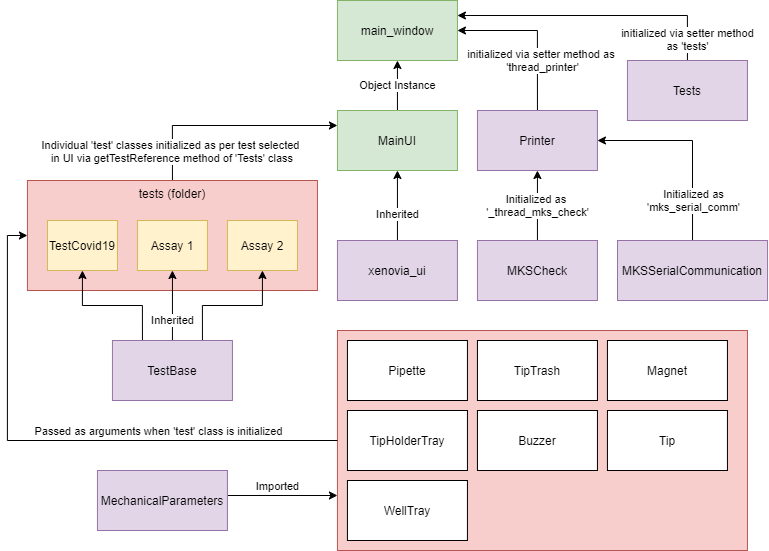
Earlier version of the draw.io export Doccumentation & Resources/Code Functional Block Diagram.png (FracktalWorks/Xenovia-RNA-Extraction-PCR-Machine). Source tidied: cells renumbered, new cells last; positions are measured from the earlier drawing's top-left corner, leaving out a move shared by most shapes.
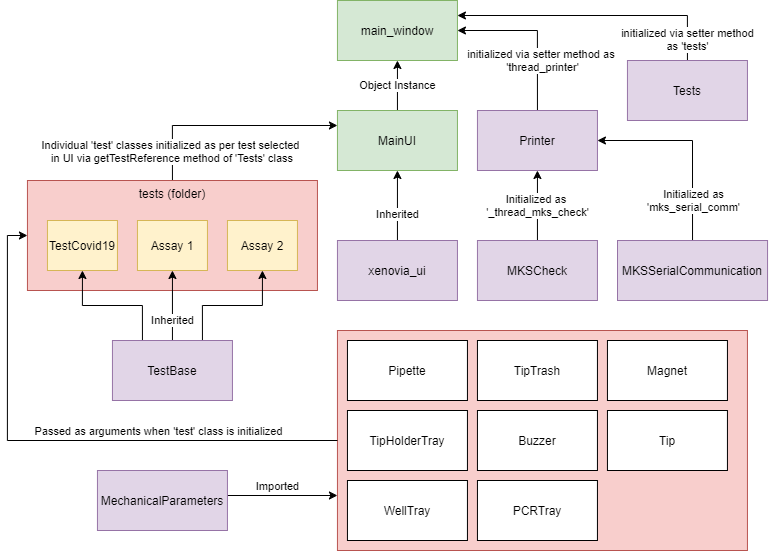
The same diagram one commit later.

What changed in the source:
```diff
@@ -140,5 +140,8 @@
     <mxCell id="41" value="MKSSerialCommunication" style="rounded=0;whiteSpace=wrap;html=1;fillColor=#e1d5e7;strokeColor=#9673a6;" parent="1" vertex="1">
       <mxGeometry x="590" y="240" width="150.1" height="60" as="geometry" />
     </mxCell>
+    <mxCell id="42" value="PCRTray" style="rounded=0;whiteSpace=wrap;html=1;" parent="1" vertex="1">
+      <mxGeometry x="449.9" y="480" width="120" height="60" as="geometry" />
+    </mxCell>
   </root>
 </mxGraphModel>
```
